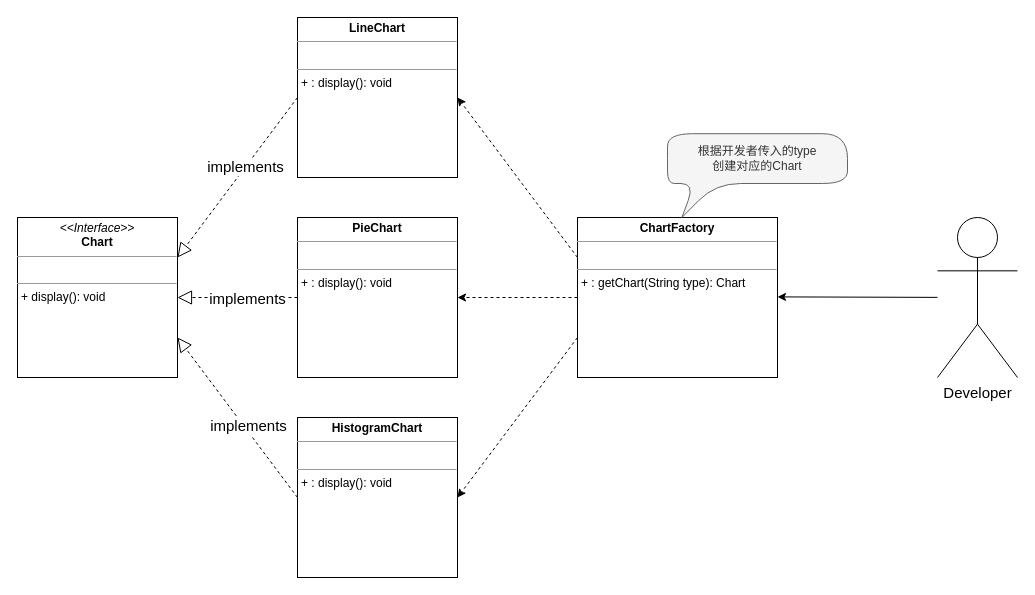
This is page "简单工厂模式" (1 of 3) of typora/设计模式/uml/简单工厂/简单工厂模式.drawio from LDChing0321/JavaLearn, a draw.io file, before an edit. Source tidied: cells renumbered, new cells numbered last; positions are measured from the earlier drawing's top-left corner, leaving out a move shared by most shapes. Both pictures are drawn from the tidied source at 100%, with x=0, y=0 at pixel (17, 17).
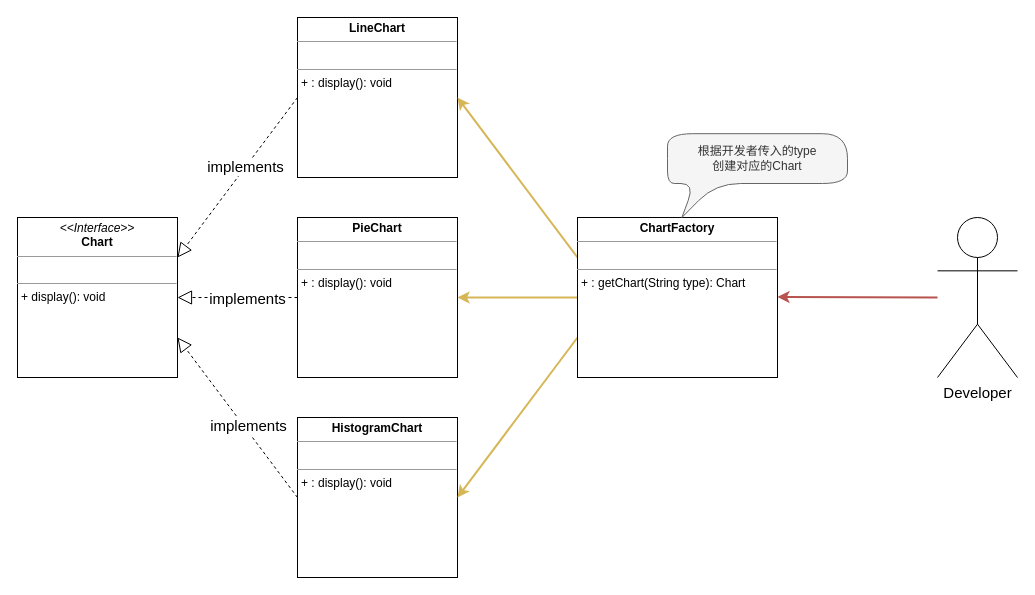
After the change.

The change refers to these unchanged cells:
```xml
<mxCell id="3" value="&lt;p style=&quot;margin:0px;margin-top:4px;text-align:center;&quot;&gt;&lt;b&gt;HistogramChart&lt;/b&gt;&lt;br&gt;&lt;/p&gt;&lt;hr size=&quot;1&quot;&gt;&lt;p style=&quot;margin:0px;margin-left:4px;&quot;&gt;&lt;br&gt;&lt;/p&gt;&lt;hr size=&quot;1&quot;&gt;&lt;p style=&quot;margin:0px;margin-left:4px;&quot;&gt;+ : display(): void&lt;/p&gt;" style="verticalAlign=top;align=left;overflow=fill;fontSize=12;fontFamily=Helvetica;html=1;" parent="1" vertex="1">
  <mxGeometry x="280" y="400" width="160" height="160" as="geometry" />
</mxCell>
<mxCell id="4" value="&lt;p style=&quot;margin:0px;margin-top:4px;text-align:center;&quot;&gt;&lt;b&gt;PieChart&lt;/b&gt;&lt;br&gt;&lt;/p&gt;&lt;hr size=&quot;1&quot;&gt;&lt;p style=&quot;margin:0px;margin-left:4px;&quot;&gt;&lt;br&gt;&lt;/p&gt;&lt;hr size=&quot;1&quot;&gt;&lt;p style=&quot;margin:0px;margin-left:4px;&quot;&gt;+ : display(): void&lt;/p&gt;" style="verticalAlign=top;align=left;overflow=fill;fontSize=12;fontFamily=Helvetica;html=1;" parent="1" vertex="1">
  <mxGeometry x="280" y="200" width="160" height="160" as="geometry" />
</mxCell>
<mxCell id="5" value="&lt;p style=&quot;margin:0px;margin-top:4px;text-align:center;&quot;&gt;&lt;b&gt;LineChart&lt;/b&gt;&lt;br&gt;&lt;/p&gt;&lt;hr size=&quot;1&quot;&gt;&lt;p style=&quot;margin:0px;margin-left:4px;&quot;&gt;&lt;br&gt;&lt;/p&gt;&lt;hr size=&quot;1&quot;&gt;&lt;p style=&quot;margin:0px;margin-left:4px;&quot;&gt;+ : display(): void&lt;/p&gt;" style="verticalAlign=top;align=left;overflow=fill;fontSize=12;fontFamily=Helvetica;html=1;" parent="1" vertex="1">
  <mxGeometry x="280" width="160" height="160" as="geometry" />
</mxCell>
<mxCell id="15" value="&lt;p style=&quot;margin:0px;margin-top:4px;text-align:center;&quot;&gt;&lt;b&gt;ChartFactory&lt;/b&gt;&lt;br&gt;&lt;/p&gt;&lt;hr size=&quot;1&quot;&gt;&lt;p style=&quot;margin:0px;margin-left:4px;&quot;&gt;&lt;br&gt;&lt;/p&gt;&lt;hr size=&quot;1&quot;&gt;&lt;p style=&quot;margin:0px;margin-left:4px;&quot;&gt;+ : getChart&lt;span style=&quot;background-color: initial;&quot;&gt;(String type): Chart&lt;/span&gt;&lt;/p&gt;" style="verticalAlign=top;align=left;overflow=fill;fontSize=12;fontFamily=Helvetica;html=1;" parent="1" vertex="1">
  <mxGeometry x="560" y="200" width="200" height="160" as="geometry" />
</mxCell>
<mxCell id="16" value="Developer" style="shape=umlActor;verticalLabelPosition=bottom;verticalAlign=top;html=1;fontSize=15;" parent="1" vertex="1">
  <mxGeometry x="920" y="200" width="80" height="160" as="geometry" />
</mxCell>
```

Change to the diagram source:
```diff
@@
-    <mxCell id="12" style="rounded=0;jettySize=auto;html=1;exitX=0;exitY=0.25;exitDx=0;exitDy=0;entryX=1;entryY=0.5;entryDx=0;entryDy=0;fontSize=15;dashed=1;" parent="1" edge="1" source="15" target="5">
+    <mxCell id="12" style="rounded=0;jettySize=auto;html=1;exitX=0;exitY=0.25;exitDx=0;exitDy=0;entryX=1;entryY=0.5;entryDx=0;entryDy=0;fontSize=15;fillColor=#fff2cc;strokeColor=#d6b656;strokeWidth=2;" parent="1" edge="1" source="15" target="5">
       <mxGeometry relative="1" as="geometry" />
     </mxCell>
-    <mxCell id="13" style="edgeStyle=none;rounded=0;jettySize=auto;html=1;exitX=0;exitY=0.5;exitDx=0;exitDy=0;entryX=1;entryY=0.5;entryDx=0;entryDy=0;dashed=1;fontSize=15;" parent="1" edge="1" source="15" target="4">
+    <mxCell id="13" style="edgeStyle=none;rounded=0;jettySize=auto;html=1;exitX=0;exitY=0.5;exitDx=0;exitDy=0;entryX=1;entryY=0.5;entryDx=0;entryDy=0;fontSize=15;fillColor=#fff2cc;strokeColor=#d6b656;strokeWidth=2;" parent="1" edge="1" source="15" target="4">
       <mxGeometry relative="1" as="geometry" />
     </mxCell>
-    <mxCell id="14" style="edgeStyle=none;rounded=0;jettySize=auto;html=1;exitX=0;exitY=0.75;exitDx=0;exitDy=0;entryX=1;entryY=0.5;entryDx=0;entryDy=0;dashed=1;fontSize=15;" parent="1" edge="1" source="15" target="3">
+    <mxCell id="14" style="edgeStyle=none;rounded=0;jettySize=auto;html=1;exitX=0;exitY=0.75;exitDx=0;exitDy=0;entryX=1;entryY=0.5;entryDx=0;entryDy=0;fontSize=15;fillColor=#fff2cc;strokeColor=#d6b656;strokeWidth=2;" parent="1" edge="1" source="15" target="3">
       <mxGeometry relative="1" as="geometry" />
     </mxCell>
@@
-    <mxCell id="17" style="edgeStyle=none;rounded=0;jettySize=auto;html=1;entryX=1;entryY=0.5;entryDx=0;entryDy=0;fontSize=15;" parent="1" edge="1" source="16">
+    <mxCell id="17" style="edgeStyle=none;rounded=0;jettySize=auto;html=1;entryX=1;entryY=0.5;entryDx=0;entryDy=0;fontSize=15;fillColor=#f8cecc;strokeColor=#b85450;strokeWidth=2;" parent="1" edge="1" source="16">
       <mxGeometry relative="1" as="geometry">
         <mxPoint x="760" y="279.4" as="targetPoint" />
       </mxGeometry>
     </mxCell>
```
